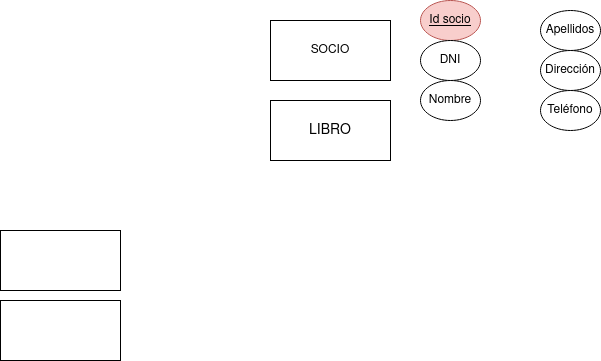
Above: Unidad-2/Tareas/Tarea-7/images/Tarea-7.drawio.png in IsaiasTolP/Base-Datos (draw.io), before the change. Source tidied: cells renumbered, new cells last; positions are measured from the earlier drawing's top-left corner, leaving out a move shared by most shapes. Its diagram source:
```xml
<mxGraphModel>
  <root>
    <mxCell id="0" />
    <mxCell id="1" parent="0" />
    <mxCell id="2" value="SOCIO" style="rounded=0;whiteSpace=wrap;html=1;" parent="1" vertex="1">
      <mxGeometry x="270" y="20" width="120" height="60" as="geometry" />
    </mxCell>
    <mxCell id="3" value="LIBRO" style="rounded=0;whiteSpace=wrap;html=1;fontSize=14;" parent="1" vertex="1">
      <mxGeometry x="270" y="100" width="120" height="60" as="geometry" />
    </mxCell>
    <mxCell id="4" style="rounded=0;whiteSpace=wrap;html=1;" parent="1" vertex="1">
      <mxGeometry y="230" width="120" height="60" as="geometry" />
    </mxCell>
    <mxCell id="5" style="rounded=0;whiteSpace=wrap;html=1;" parent="1" vertex="1">
      <mxGeometry y="300" width="120" height="60" as="geometry" />
    </mxCell>
    <mxCell id="6" value="Id socio" style="ellipse;whiteSpace=wrap;html=1;fillColor=#f8cecc;strokeColor=#b85450;fontStyle=4;" parent="1" vertex="1">
      <mxGeometry x="420" width="60" height="40" as="geometry" />
    </mxCell>
    <mxCell id="7" value="Apellidos" style="ellipse;whiteSpace=wrap;html=1;" parent="1" vertex="1">
      <mxGeometry x="540" y="10" width="60" height="40" as="geometry" />
    </mxCell>
    <mxCell id="8" value="Nombre" style="ellipse;whiteSpace=wrap;html=1;" parent="1" vertex="1">
      <mxGeometry x="420" y="80" width="60" height="40" as="geometry" />
    </mxCell>
    <mxCell id="9" value="Teléfono" style="ellipse;whiteSpace=wrap;html=1;" parent="1" vertex="1">
      <mxGeometry x="540" y="90" width="60" height="40" as="geometry" />
    </mxCell>
    <mxCell id="10" value="Dirección" style="ellipse;whiteSpace=wrap;html=1;" parent="1" vertex="1">
      <mxGeometry x="540" y="50" width="60" height="40" as="geometry" />
    </mxCell>
    <mxCell id="11" value="DNI" style="ellipse;whiteSpace=wrap;html=1;" parent="1" vertex="1">
      <mxGeometry x="420" y="40" width="60" height="40" as="geometry" />
    </mxCell>
  </root>
</mxGraphModel>
```
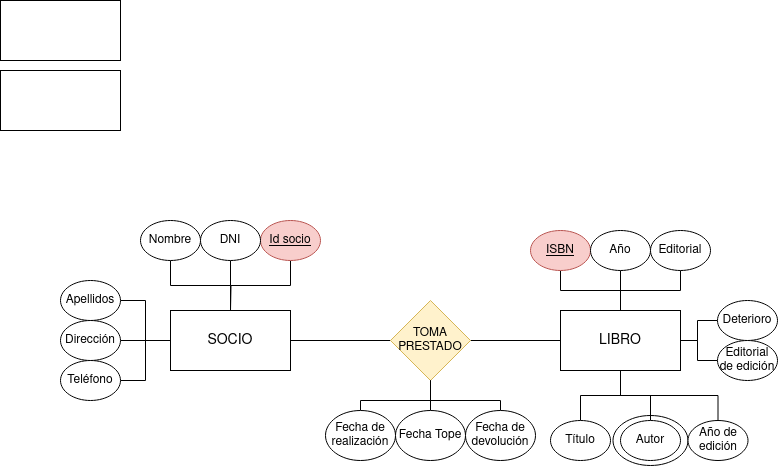
Above is the later version.

Diff of the diagram source:
```diff
@@ -2,35 +2,145 @@
   <root>
     <mxCell id="0" />
     <mxCell id="1" parent="0" />
+    <mxCell id="12" style="ellipse;whiteSpace=wrap;html=1;" parent="1" vertex="1">
+      <mxGeometry x="632.5" y="405" width="75" height="50" as="geometry" />
+    </mxCell>
-    <mxCell id="2" value="SOCIO" style="rounded=0;whiteSpace=wrap;html=1;" parent="1" vertex="1">
-      <mxGeometry x="270" y="20" width="120" height="60" as="geometry" />
+    <mxCell id="2" value="SOCIO" style="rounded=0;whiteSpace=wrap;html=1;fontSize=14;" parent="1" vertex="1">
+      <mxGeometry x="190" y="300" width="120" height="60" as="geometry" />
     </mxCell>
     <mxCell id="3" value="LIBRO" style="rounded=0;whiteSpace=wrap;html=1;fontSize=14;" parent="1" vertex="1">
-      <mxGeometry x="270" y="100" width="120" height="60" as="geometry" />
+      <mxGeometry x="580" y="300" width="120" height="60" as="geometry" />
     </mxCell>
     <mxCell id="4" style="rounded=0;whiteSpace=wrap;html=1;" parent="1" vertex="1">
-      <mxGeometry y="230" width="120" height="60" as="geometry" />
+      <mxGeometry x="20" y="-10" width="120" height="60" as="geometry" />
     </mxCell>
     <mxCell id="5" style="rounded=0;whiteSpace=wrap;html=1;" parent="1" vertex="1">
-      <mxGeometry y="300" width="120" height="60" as="geometry" />
+      <mxGeometry x="20" y="60" width="120" height="60" as="geometry" />
     </mxCell>
+    <mxCell id="13" style="edgeStyle=orthogonalEdgeStyle;rounded=0;jettySize=auto;html=1;exitX=0.5;exitY=1;exitDx=0;exitDy=0;endArrow=none;endFill=0;" parent="1" edge="1" source="6">
+      <mxGeometry relative="1" as="geometry">
+        <mxPoint x="250" y="300" as="targetPoint" />
+      </mxGeometry>
+    </mxCell>
     <mxCell id="6" value="Id socio" style="ellipse;whiteSpace=wrap;html=1;fillColor=#f8cecc;strokeColor=#b85450;fontStyle=4;" parent="1" vertex="1">
-      <mxGeometry x="420" width="60" height="40" as="geometry" />
+      <mxGeometry x="280" y="210" width="60" height="40" as="geometry" />
     </mxCell>
+    <mxCell id="14" style="edgeStyle=orthogonalEdgeStyle;rounded=0;jettySize=auto;html=1;exitX=1;exitY=0.5;exitDx=0;exitDy=0;entryX=0;entryY=0.5;entryDx=0;entryDy=0;endArrow=none;endFill=0;" parent="1" edge="1" source="7" target="2">
+      <mxGeometry relative="1" as="geometry" />
+    </mxCell>
     <mxCell id="7" value="Apellidos" style="ellipse;whiteSpace=wrap;html=1;" parent="1" vertex="1">
-      <mxGeometry x="540" y="10" width="60" height="40" as="geometry" />
+      <mxGeometry x="80" y="270" width="60" height="40" as="geometry" />
     </mxCell>
+    <mxCell id="15" style="edgeStyle=orthogonalEdgeStyle;rounded=0;jettySize=auto;html=1;exitX=0.5;exitY=1;exitDx=0;exitDy=0;entryX=0.5;entryY=0;entryDx=0;entryDy=0;endArrow=none;endFill=0;" parent="1" edge="1" source="8" target="2">
+      <mxGeometry relative="1" as="geometry" />
+    </mxCell>
     <mxCell id="8" value="Nombre" style="ellipse;whiteSpace=wrap;html=1;" parent="1" vertex="1">
-      <mxGeometry x="420" y="80" width="60" height="40" as="geometry" />
+      <mxGeometry x="160" y="210" width="60" height="40" as="geometry" />
     </mxCell>
+    <mxCell id="16" style="edgeStyle=orthogonalEdgeStyle;rounded=0;jettySize=auto;html=1;exitX=1;exitY=0.5;exitDx=0;exitDy=0;entryX=0;entryY=0.5;entryDx=0;entryDy=0;endArrow=none;endFill=0;" parent="1" edge="1" source="9" target="2">
+      <mxGeometry relative="1" as="geometry" />
+    </mxCell>
     <mxCell id="9" value="Teléfono" style="ellipse;whiteSpace=wrap;html=1;" parent="1" vertex="1">
-      <mxGeometry x="540" y="90" width="60" height="40" as="geometry" />
+      <mxGeometry x="80" y="350" width="60" height="40" as="geometry" />
     </mxCell>
+    <mxCell id="17" style="edgeStyle=orthogonalEdgeStyle;rounded=0;jettySize=auto;html=1;endArrow=none;endFill=0;" parent="1" edge="1" source="10" target="2">
+      <mxGeometry relative="1" as="geometry" />
+    </mxCell>
     <mxCell id="10" value="Dirección" style="ellipse;whiteSpace=wrap;html=1;" parent="1" vertex="1">
-      <mxGeometry x="540" y="50" width="60" height="40" as="geometry" />
+      <mxGeometry x="80" y="310" width="60" height="40" as="geometry" />
     </mxCell>
+    <mxCell id="18" style="edgeStyle=orthogonalEdgeStyle;rounded=0;jettySize=auto;html=1;exitX=0.5;exitY=1;exitDx=0;exitDy=0;endArrow=none;endFill=0;" parent="1" edge="1" source="11">
+      <mxGeometry relative="1" as="geometry">
+        <mxPoint x="250" y="300" as="targetPoint" />
+      </mxGeometry>
+    </mxCell>
     <mxCell id="11" value="DNI" style="ellipse;whiteSpace=wrap;html=1;" parent="1" vertex="1">
-      <mxGeometry x="420" y="40" width="60" height="40" as="geometry" />
+      <mxGeometry x="220" y="210" width="60" height="40" as="geometry" />
     </mxCell>
+    <mxCell id="19" style="edgeStyle=orthogonalEdgeStyle;rounded=0;jettySize=auto;html=1;endArrow=none;endFill=0;" parent="1" edge="1" source="21" target="3">
+      <mxGeometry relative="1" as="geometry" />
+    </mxCell>
+    <mxCell id="20" style="edgeStyle=orthogonalEdgeStyle;rounded=0;jettySize=auto;html=1;endArrow=none;endFill=0;" parent="1" edge="1" source="21" target="2">
+      <mxGeometry relative="1" as="geometry" />
+    </mxCell>
+    <mxCell id="21" value="TOMA PRESTADO" style="rhombus;whiteSpace=wrap;html=1;fillColor=#fff2cc;strokeColor=#d6b656;" parent="1" vertex="1">
+      <mxGeometry x="410" y="290" width="80" height="80" as="geometry" />
+    </mxCell>
+    <mxCell id="22" style="edgeStyle=orthogonalEdgeStyle;rounded=0;jettySize=auto;html=1;endArrow=none;endFill=0;" parent="1" edge="1" source="23" target="3">
+      <mxGeometry relative="1" as="geometry" />
+    </mxCell>
+    <mxCell id="23" value="ISBN" style="ellipse;whiteSpace=wrap;html=1;fillColor=#f8cecc;strokeColor=#b85450;fontStyle=4;" parent="1" vertex="1">
+      <mxGeometry x="550" y="220" width="60" height="40" as="geometry" />
+    </mxCell>
+    <mxCell id="24" style="edgeStyle=orthogonalEdgeStyle;rounded=0;jettySize=auto;html=1;endArrow=none;endFill=0;" parent="1" edge="1" source="25" target="3">
+      <mxGeometry relative="1" as="geometry" />
+    </mxCell>
+    <mxCell id="25" value="Año" style="ellipse;whiteSpace=wrap;html=1;" parent="1" vertex="1">
+      <mxGeometry x="610" y="220" width="60" height="40" as="geometry" />
+    </mxCell>
+    <mxCell id="26" style="edgeStyle=orthogonalEdgeStyle;rounded=0;jettySize=auto;html=1;exitX=0.5;exitY=1;exitDx=0;exitDy=0;entryX=0.5;entryY=0;entryDx=0;entryDy=0;endArrow=none;endFill=0;" parent="1" edge="1" source="27" target="3">
+      <mxGeometry relative="1" as="geometry" />
+    </mxCell>
+    <mxCell id="27" value="Editorial" style="ellipse;whiteSpace=wrap;html=1;" parent="1" vertex="1">
+      <mxGeometry x="670" y="220" width="60" height="40" as="geometry" />
+    </mxCell>
+    <mxCell id="28" style="edgeStyle=orthogonalEdgeStyle;rounded=0;jettySize=auto;html=1;endArrow=none;endFill=0;" parent="1" edge="1" source="29" target="3">
+      <mxGeometry relative="1" as="geometry" />
+    </mxCell>
+    <mxCell id="29" value="Título" style="ellipse;whiteSpace=wrap;html=1;" parent="1" vertex="1">
+      <mxGeometry x="570" y="410" width="60" height="40" as="geometry" />
+    </mxCell>
+    <mxCell id="30" style="edgeStyle=orthogonalEdgeStyle;rounded=0;jettySize=auto;html=1;exitX=0.5;exitY=0;exitDx=0;exitDy=0;entryX=0.5;entryY=1;entryDx=0;entryDy=0;endArrow=none;endFill=0;" parent="1" edge="1" source="31" target="3">
+      <mxGeometry relative="1" as="geometry" />
+    </mxCell>
+    <mxCell id="31" value="Autor" style="ellipse;whiteSpace=wrap;html=1;" parent="1" vertex="1">
+      <mxGeometry x="640" y="410" width="60" height="40" as="geometry" />
+    </mxCell>
+    <mxCell id="32" style="edgeStyle=orthogonalEdgeStyle;rounded=0;jettySize=auto;html=1;exitX=0.5;exitY=0;exitDx=0;exitDy=0;entryX=0.5;entryY=1;entryDx=0;entryDy=0;endArrow=none;endFill=0;" parent="1" edge="1" source="33" target="3">
+      <mxGeometry relative="1" as="geometry" />
+    </mxCell>
+    <mxCell id="33" value="Año de edición" style="ellipse;whiteSpace=wrap;html=1;" parent="1" vertex="1">
+      <mxGeometry x="707.5" y="410" width="60" height="40" as="geometry" />
+    </mxCell>
+    <mxCell id="34" style="edgeStyle=orthogonalEdgeStyle;rounded=0;jettySize=auto;html=1;endArrow=none;endFill=0;" parent="1" edge="1" source="35" target="3">
+      <mxGeometry relative="1" as="geometry" />
+    </mxCell>
+    <mxCell id="35" value="Editorial de edición" style="ellipse;whiteSpace=wrap;html=1;" parent="1" vertex="1">
+      <mxGeometry x="737" y="330" width="60" height="40" as="geometry" />
+    </mxCell>
+    <mxCell id="36" style="edgeStyle=orthogonalEdgeStyle;rounded=0;jettySize=auto;html=1;exitX=0.5;exitY=0;exitDx=0;exitDy=0;entryX=0.5;entryY=1;entryDx=0;entryDy=0;endArrow=none;endFill=0;" parent="1" edge="1" source="37" target="21">
+      <mxGeometry relative="1" as="geometry">
+        <Array as="points">
+          <mxPoint x="380" y="390" />
+          <mxPoint x="450" y="390" />
+        </Array>
+      </mxGeometry>
+    </mxCell>
+    <mxCell id="37" value="Fecha de realización" style="ellipse;whiteSpace=wrap;html=1;" parent="1" vertex="1">
+      <mxGeometry x="345" y="400" width="70" height="50" as="geometry" />
+    </mxCell>
+    <mxCell id="38" style="edgeStyle=orthogonalEdgeStyle;rounded=0;jettySize=auto;html=1;endArrow=none;endFill=0;" parent="1" edge="1" source="39" target="21">
+      <mxGeometry relative="1" as="geometry" />
+    </mxCell>
+    <mxCell id="39" value="Fecha Tope" style="ellipse;whiteSpace=wrap;html=1;" parent="1" vertex="1">
+      <mxGeometry x="415" y="400" width="70" height="50" as="geometry" />
+    </mxCell>
+    <mxCell id="40" style="edgeStyle=orthogonalEdgeStyle;rounded=0;jettySize=auto;html=1;exitX=0.5;exitY=0;exitDx=0;exitDy=0;entryX=0.5;entryY=1;entryDx=0;entryDy=0;endArrow=none;endFill=0;" parent="1" edge="1" source="41" target="21">
+      <mxGeometry relative="1" as="geometry">
+        <Array as="points">
+          <mxPoint x="520" y="390" />
+          <mxPoint x="450" y="390" />
+        </Array>
+      </mxGeometry>
+    </mxCell>
+    <mxCell id="41" value="Fecha de devolución" style="ellipse;whiteSpace=wrap;html=1;" parent="1" vertex="1">
+      <mxGeometry x="485" y="400" width="70" height="50" as="geometry" />
+    </mxCell>
+    <mxCell id="42" style="edgeStyle=orthogonalEdgeStyle;rounded=0;jettySize=auto;html=1;endArrow=none;endFill=0;" parent="1" edge="1" source="43" target="3">
+      <mxGeometry relative="1" as="geometry" />
+    </mxCell>
+    <mxCell id="43" value="Deterioro" style="ellipse;whiteSpace=wrap;html=1;" parent="1" vertex="1">
+      <mxGeometry x="737" y="290" width="60" height="40" as="geometry" />
+    </mxCell>
   </root>
 </mxGraphModel>
```
